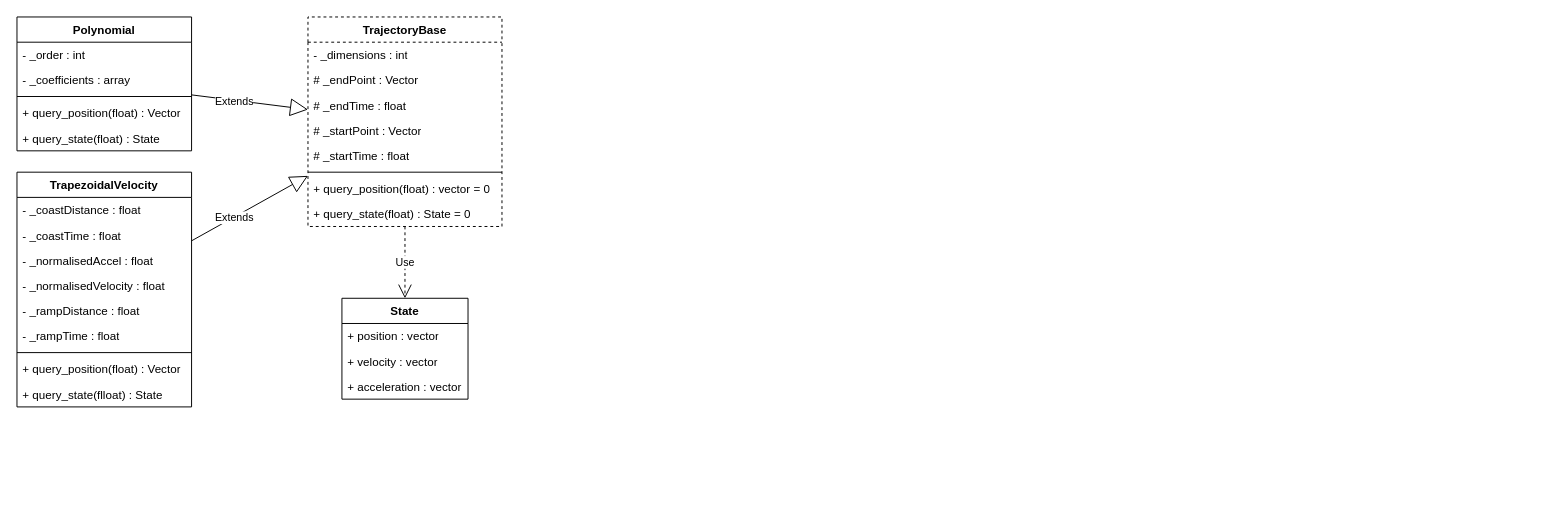
Earlier version of the draw.io diagram page "PointToPoint" (1 of 2) of Trajectory/doc/TrajectoryClassDiagrams.drawio (Woolfrey/software_robot_library). Source tidied: cells renumbered, new cells numbered last; positions are measured from the earlier drawing's top-left corner, leaving out a move shared by most shapes. Both pictures are drawn from the tidied source at 97%, with x=0, y=0 at pixel (16, 16).
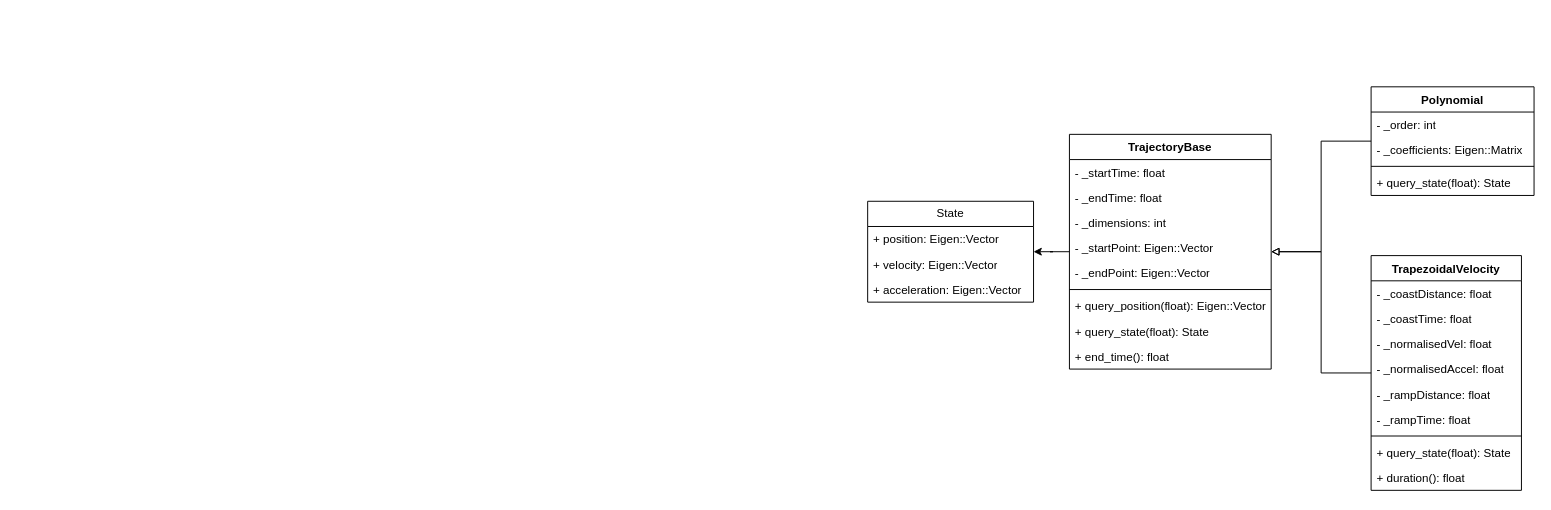
The same page after the edit.

The edit, as a diff of the source:
```diff
@@
-    <mxCell id="2" value="TrajectoryBase" style="swimlane;fontStyle=1;align=center;verticalAlign=top;horizontal=1;startSize=26;whiteSpace=wrap;html=1;dashed=1;" parent="1" vertex="1">
-      <mxGeometry x="300" width="200" height="216" as="geometry" />
+    <mxCell id="2" value="TrajectoryBase" style="swimlane;fontStyle=1;align=center;verticalAlign=top;horizontal=1;startSize=26;whiteSpace=wrap;html=1;" parent="1" vertex="1">
+      <mxGeometry x="1085" y="121" width="208" height="242" as="geometry" />
     </mxCell>
-    <mxCell id="3" value="- _dimensions : int" style="text;strokeColor=none;fillColor=none;align=left;verticalAlign=top;spacingLeft=4;spacingRight=4;overflow=hidden;whiteSpace=wrap;html=1;" parent="2" vertex="1">
-      <mxGeometry y="26" width="200" height="26" as="geometry" />
-    </mxCell>
-    <mxCell id="4" value="# _endPoint : Vector" style="text;strokeColor=none;fillColor=none;align=left;verticalAlign=top;spacingLeft=4;spacingRight=4;overflow=hidden;whiteSpace=wrap;html=1;" parent="2" vertex="1">
-      <mxGeometry y="52" width="200" height="26" as="geometry" />
-    </mxCell>
-    <mxCell id="5" value="# _endTime : float" style="text;strokeColor=none;fillColor=none;align=left;verticalAlign=top;spacingLeft=4;spacingRight=4;overflow=hidden;whiteSpace=wrap;html=1;" parent="2" vertex="1">
-      <mxGeometry y="78" width="200" height="26" as="geometry" />
-    </mxCell>
-    <mxCell id="6" value="# _startPoint : Vector" style="text;strokeColor=none;fillColor=none;align=left;verticalAlign=top;spacingLeft=4;spacingRight=4;overflow=hidden;whiteSpace=wrap;html=1;" parent="2" vertex="1">
-      <mxGeometry y="104" width="200" height="26" as="geometry" />
-    </mxCell>
-    <mxCell id="7" value="# _startTime : float" style="text;strokeColor=none;fillColor=none;align=left;verticalAlign=top;spacingLeft=4;spacingRight=4;overflow=hidden;whiteSpace=wrap;html=1;" parent="2" vertex="1">
-      <mxGeometry y="130" width="200" height="26" as="geometry" />
-    </mxCell>
-    <mxCell id="8" style="line;strokeWidth=1;fillColor=none;align=left;verticalAlign=middle;spacingTop=-1;spacingLeft=3;spacingRight=3;labelPosition=right;strokeColor=inherit;" parent="2" vertex="1">
-      <mxGeometry y="156" width="200" height="8" as="geometry" />
-    </mxCell>
-    <mxCell id="9" value="+ query_position(float) : vector = 0" style="text;strokeColor=none;fillColor=none;align=left;verticalAlign=top;spacingLeft=4;spacingRight=4;overflow=hidden;whiteSpace=wrap;html=1;" parent="2" vertex="1">
-      <mxGeometry y="164" width="200" height="26" as="geometry" />
-    </mxCell>
-    <mxCell id="10" value="+ query_state(float) : State = 0" style="text;strokeColor=none;fillColor=none;align=left;verticalAlign=top;spacingLeft=4;spacingRight=4;overflow=hidden;whiteSpace=wrap;html=1;" parent="2" vertex="1">
-      <mxGeometry y="190" width="200" height="26" as="geometry" />
-    </mxCell>
-    <mxCell id="11" value="Polynomial" style="swimlane;fontStyle=1;align=center;verticalAlign=top;horizontal=1;startSize=26;whiteSpace=wrap;html=1;" parent="1" vertex="1">
-      <mxGeometry width="180" height="138" as="geometry" />
-    </mxCell>
-    <mxCell id="12" value="- _order : int" style="text;strokeColor=none;fillColor=none;align=left;verticalAlign=top;spacingLeft=4;spacingRight=4;overflow=hidden;whiteSpace=wrap;html=1;" parent="11" vertex="1">
-      <mxGeometry y="26" width="180" height="26" as="geometry" />
-    </mxCell>
-    <mxCell id="13" value="- _coefficients : array" style="text;strokeColor=none;fillColor=none;align=left;verticalAlign=top;spacingLeft=4;spacingRight=4;overflow=hidden;whiteSpace=wrap;html=1;" parent="11" vertex="1">
-      <mxGeometry y="52" width="180" height="26" as="geometry" />
-    </mxCell>
-    <mxCell id="14" style="line;strokeWidth=1;fillColor=none;align=left;verticalAlign=middle;spacingTop=-1;spacingLeft=3;spacingRight=3;labelPosition=right;strokeColor=inherit;" parent="11" vertex="1">
-      <mxGeometry y="78" width="180" height="8" as="geometry" />
-    </mxCell>
-    <mxCell id="15" value="+ query_position(float) : Vector" style="text;strokeColor=none;fillColor=none;align=left;verticalAlign=top;spacingLeft=4;spacingRight=4;overflow=hidden;whiteSpace=wrap;html=1;" parent="11" vertex="1">
-      <mxGeometry y="86" width="180" height="26" as="geometry" />
-    </mxCell>
-    <mxCell id="16" value="+ query_state(float) : State" style="text;strokeColor=none;fillColor=none;align=left;verticalAlign=top;spacingLeft=4;spacingRight=4;overflow=hidden;whiteSpace=wrap;html=1;" parent="11" vertex="1">
-      <mxGeometry y="112" width="180" height="26" as="geometry" />
-    </mxCell>
-    <mxCell id="17" value="TrapezoidalVelocity" style="swimlane;fontStyle=1;align=center;verticalAlign=top;horizontal=1;startSize=26;whiteSpace=wrap;html=1;" parent="1" vertex="1">
-      <mxGeometry y="160" width="180" height="242" as="geometry" />
-    </mxCell>
-    <mxCell id="18" value="- _coastDistance : float" style="text;strokeColor=none;fillColor=none;align=left;verticalAlign=top;spacingLeft=4;spacingRight=4;overflow=hidden;whiteSpace=wrap;html=1;" parent="17" vertex="1">
-      <mxGeometry y="26" width="180" height="26" as="geometry" />
-    </mxCell>
-    <mxCell id="19" value="- _coastTime : float" style="text;strokeColor=none;fillColor=none;align=left;verticalAlign=top;spacingLeft=4;spacingRight=4;overflow=hidden;whiteSpace=wrap;html=1;" parent="17" vertex="1">
-      <mxGeometry y="52" width="180" height="26" as="geometry" />
-    </mxCell>
-    <mxCell id="20" value="- _normalisedAccel : float" style="text;strokeColor=none;fillColor=none;align=left;verticalAlign=top;spacingLeft=4;spacingRight=4;overflow=hidden;whiteSpace=wrap;html=1;" parent="17" vertex="1">
-      <mxGeometry y="78" width="180" height="26" as="geometry" />
-    </mxCell>
-    <mxCell id="21" value="- _normalisedVelocity : float" style="text;strokeColor=none;fillColor=none;align=left;verticalAlign=top;spacingLeft=4;spacingRight=4;overflow=hidden;whiteSpace=wrap;html=1;" parent="17" vertex="1">
-      <mxGeometry y="104" width="180" height="26" as="geometry" />
-    </mxCell>
-    <mxCell id="22" value="- _rampDistance : float" style="text;strokeColor=none;fillColor=none;align=left;verticalAlign=top;spacingLeft=4;spacingRight=4;overflow=hidden;whiteSpace=wrap;html=1;" parent="17" vertex="1">
-      <mxGeometry y="130" width="180" height="26" as="geometry" />
-    </mxCell>
-    <mxCell id="23" value="- _rampTime : float" style="text;strokeColor=none;fillColor=none;align=left;verticalAlign=top;spacingLeft=4;spacingRight=4;overflow=hidden;whiteSpace=wrap;html=1;" parent="17" vertex="1">
-      <mxGeometry y="156" width="180" height="26" as="geometry" />
-    </mxCell>
-    <mxCell id="24" style="line;strokeWidth=1;fillColor=none;align=left;verticalAlign=middle;spacingTop=-1;spacingLeft=3;spacingRight=3;labelPosition=right;strokeColor=inherit;" parent="17" vertex="1">
-      <mxGeometry y="182" width="180" height="8" as="geometry" />
-    </mxCell>
-    <mxCell id="25" value="+ query_position(float) : Vector" style="text;strokeColor=none;fillColor=none;align=left;verticalAlign=top;spacingLeft=4;spacingRight=4;overflow=hidden;whiteSpace=wrap;html=1;" parent="17" vertex="1">
-      <mxGeometry y="190" width="180" height="26" as="geometry" />
-    </mxCell>
-    <mxCell id="26" value="+ query_state(flloat) : State" style="text;strokeColor=none;fillColor=none;align=left;verticalAlign=top;spacingLeft=4;spacingRight=4;overflow=hidden;whiteSpace=wrap;html=1;" parent="17" vertex="1">
-      <mxGeometry y="216" width="180" height="26" as="geometry" />
-    </mxCell>
+    <mxCell id="34" value="- _startTime: float" style="text;strokeColor=none;fillColor=none;align=left;verticalAlign=top;spacingLeft=4;spacingRight=4;overflow=hidden;whiteSpace=wrap;html=1;" parent="2" vertex="1">
+      <mxGeometry y="26" width="208" height="26" as="geometry" />
+    </mxCell>
+    <mxCell id="35" value="- _endTime: float" style="text;strokeColor=none;fillColor=none;align=left;verticalAlign=top;spacingLeft=4;spacingRight=4;overflow=hidden;whiteSpace=wrap;html=1;" parent="2" vertex="1">
+      <mxGeometry y="52" width="208" height="26" as="geometry" />
+    </mxCell>
+    <mxCell id="36" value="- _dimensions: int" style="text;strokeColor=none;fillColor=none;align=left;verticalAlign=top;spacingLeft=4;spacingRight=4;overflow=hidden;whiteSpace=wrap;html=1;" parent="2" vertex="1">
+      <mxGeometry y="78" width="208" height="26" as="geometry" />
+    </mxCell>
+    <mxCell id="37" value="- _startPoint: Eigen::Vector" style="text;strokeColor=none;fillColor=none;align=left;verticalAlign=top;spacingLeft=4;spacingRight=4;overflow=hidden;whiteSpace=wrap;html=1;" parent="2" vertex="1">
+      <mxGeometry y="104" width="208" height="26" as="geometry" />
+    </mxCell>
+    <mxCell id="38" value="- _endPoint: Eigen::Vector" style="text;strokeColor=none;fillColor=none;align=left;verticalAlign=top;spacingLeft=4;spacingRight=4;overflow=hidden;whiteSpace=wrap;html=1;" parent="2" vertex="1">
+      <mxGeometry y="130" width="208" height="26" as="geometry" />
+    </mxCell>
+    <mxCell id="39" style="line;strokeWidth=1;fillColor=none;align=left;verticalAlign=middle;spacingTop=-1;spacingLeft=3;spacingRight=3;labelPosition=right;strokeColor=inherit;" parent="2" vertex="1">
+      <mxGeometry y="156" width="208" height="8" as="geometry" />
+    </mxCell>
+    <mxCell id="40" value="+ query_position(float): Eigen::Vector" style="text;strokeColor=none;fillColor=none;align=left;verticalAlign=top;spacingLeft=4;spacingRight=4;overflow=hidden;whiteSpace=wrap;html=1;" parent="2" vertex="1">
+      <mxGeometry y="164" width="208" height="26" as="geometry" />
+    </mxCell>
+    <mxCell id="41" value="+ query_state(float): State" style="text;strokeColor=none;fillColor=none;align=left;verticalAlign=top;spacingLeft=4;spacingRight=4;overflow=hidden;whiteSpace=wrap;html=1;" parent="2" vertex="1">
+      <mxGeometry y="190" width="208" height="26" as="geometry" />
+    </mxCell>
+    <mxCell id="42" value="+ end_time(): float" style="text;strokeColor=none;fillColor=none;align=left;verticalAlign=top;spacingLeft=4;spacingRight=4;overflow=hidden;whiteSpace=wrap;html=1;" parent="2" vertex="1">
+      <mxGeometry y="216" width="208" height="26" as="geometry" />
+    </mxCell>
-    <mxCell id="27" value="State" style="swimlane;fontStyle=1;align=center;verticalAlign=top;horizontal=1;startSize=26;whiteSpace=wrap;html=1;" parent="1" vertex="1">
-      <mxGeometry x="335" y="290" width="130" height="104" as="geometry" />
+    <mxCell id="27" value="State" style="swimlane;fontStyle=0;horizontal=1;startSize=26;fillColor=none;whiteSpace=wrap;html=1;" parent="1" vertex="1">
+      <mxGeometry x="877" y="190" width="171" height="104" as="geometry" />
     </mxCell>
-    <mxCell id="28" value="+ position : vector" style="text;strokeColor=none;fillColor=none;align=left;verticalAlign=top;spacingLeft=4;spacingRight=4;overflow=hidden;whiteSpace=wrap;html=1;" parent="27" vertex="1">
-      <mxGeometry y="26" width="130" height="26" as="geometry" />
-    </mxCell>
-    <mxCell id="29" value="+ velocity : vector" style="text;strokeColor=none;fillColor=none;align=left;verticalAlign=top;spacingLeft=4;spacingRight=4;overflow=hidden;whiteSpace=wrap;html=1;" parent="27" vertex="1">
-      <mxGeometry y="52" width="130" height="26" as="geometry" />
-    </mxCell>
-    <mxCell id="30" value="+ acceleration : vector" style="text;strokeColor=none;fillColor=none;align=left;verticalAlign=top;spacingLeft=4;spacingRight=4;overflow=hidden;whiteSpace=wrap;html=1;" parent="27" vertex="1">
-      <mxGeometry y="78" width="130" height="26" as="geometry" />
-    </mxCell>
+    <mxCell id="43" value="+ position: Eigen::Vector" style="text;strokeColor=none;fillColor=none;align=left;verticalAlign=top;spacingLeft=4;spacingRight=4;overflow=hidden;whiteSpace=wrap;html=1;" parent="27" vertex="1">
+      <mxGeometry y="26" width="171" height="26" as="geometry" />
+    </mxCell>
+    <mxCell id="44" value="+ velocity: Eigen::Vector" style="text;strokeColor=none;fillColor=none;align=left;verticalAlign=top;spacingLeft=4;spacingRight=4;overflow=hidden;whiteSpace=wrap;html=1;" parent="27" vertex="1">
+      <mxGeometry y="52" width="171" height="26" as="geometry" />
+    </mxCell>
+    <mxCell id="45" value="+ acceleration: Eigen::Vector" style="text;strokeColor=none;fillColor=none;align=left;verticalAlign=top;spacingLeft=4;spacingRight=4;overflow=hidden;whiteSpace=wrap;html=1;" parent="27" vertex="1">
+      <mxGeometry y="78" width="171" height="26" as="geometry" />
+    </mxCell>
-    <mxCell id="31" value="Use" style="endArrow=open;endSize=12;dashed=1;html=1;rounded=0;" parent="1" edge="1" source="2" target="27">
+    <mxCell id="31" style="edgeStyle=orthogonalEdgeStyle;rounded=0;jettySize=auto;html=1;" parent="1" edge="1" source="2" target="27">
       <mxGeometry relative="1" as="geometry" />
     </mxCell>
-    <mxCell id="32" value="Extends" style="endArrow=block;endSize=16;endFill=0;html=1;rounded=0;" parent="1" edge="1" source="11" target="2">
-      <mxGeometry x="-0.27" y="-1" relative="1" as="geometry" />
+    <mxCell id="32" style="edgeStyle=orthogonalEdgeStyle;rounded=0;jettySize=auto;html=1;endArrow=block;endFill=0;" parent="1" edge="1" source="11" target="2">
+      <mxGeometry relative="1" as="geometry" />
     </mxCell>
+    <mxCell id="11" value="Polynomial" style="swimlane;fontStyle=1;align=center;verticalAlign=top;horizontal=1;startSize=26;whiteSpace=wrap;html=1;" parent="1" vertex="1">
+      <mxGeometry x="1396" y="72" width="168" height="112" as="geometry" />
+    </mxCell>
+    <mxCell id="46" value="- _order: int" style="text;strokeColor=none;fillColor=none;align=left;verticalAlign=top;spacingLeft=4;spacingRight=4;overflow=hidden;whiteSpace=wrap;html=1;" parent="11" vertex="1">
+      <mxGeometry y="26" width="168" height="26" as="geometry" />
+    </mxCell>
+    <mxCell id="47" value="- _coefficients: Eigen::Matrix" style="text;strokeColor=none;fillColor=none;align=left;verticalAlign=top;spacingLeft=4;spacingRight=4;overflow=hidden;whiteSpace=wrap;html=1;" parent="11" vertex="1">
+      <mxGeometry y="52" width="168" height="26" as="geometry" />
+    </mxCell>
+    <mxCell id="48" style="line;strokeWidth=1;fillColor=none;align=left;verticalAlign=middle;spacingTop=-1;spacingLeft=3;spacingRight=3;labelPosition=right;strokeColor=inherit;" parent="11" vertex="1">
+      <mxGeometry y="78" width="168" height="8" as="geometry" />
+    </mxCell>
+    <mxCell id="49" value="+ query_state(float): State" style="text;strokeColor=none;fillColor=none;align=left;verticalAlign=top;spacingLeft=4;spacingRight=4;overflow=hidden;whiteSpace=wrap;html=1;" parent="11" vertex="1">
+      <mxGeometry y="86" width="168" height="26" as="geometry" />
+    </mxCell>
-    <mxCell id="33" value="Extends" style="endArrow=block;endSize=16;endFill=0;html=1;rounded=0;" parent="1" edge="1" source="17" target="2">
-      <mxGeometry x="-0.27" y="-1" relative="1" as="geometry" />
+    <mxCell id="33" style="edgeStyle=orthogonalEdgeStyle;rounded=0;jettySize=auto;html=1;endArrow=block;endFill=0;" parent="1" edge="1" source="17" target="2">
+      <mxGeometry relative="1" as="geometry" />
     </mxCell>
+    <mxCell id="17" value="TrapezoidalVelocity" style="swimlane;fontStyle=1;align=center;verticalAlign=top;horizontal=1;startSize=26;whiteSpace=wrap;html=1;" parent="1" vertex="1">
+      <mxGeometry x="1396" y="246" width="155" height="242" as="geometry" />
+    </mxCell>
+    <mxCell id="50" value="- _coastDistance: float" style="text;strokeColor=none;fillColor=none;align=left;verticalAlign=top;spacingLeft=4;spacingRight=4;overflow=hidden;whiteSpace=wrap;html=1;" parent="17" vertex="1">
+      <mxGeometry y="26" width="155" height="26" as="geometry" />
+    </mxCell>
+    <mxCell id="51" value="- _coastTime: float" style="text;strokeColor=none;fillColor=none;align=left;verticalAlign=top;spacingLeft=4;spacingRight=4;overflow=hidden;whiteSpace=wrap;html=1;" parent="17" vertex="1">
+      <mxGeometry y="52" width="155" height="26" as="geometry" />
+    </mxCell>
+    <mxCell id="52" value="- _normalisedVel: float" style="text;strokeColor=none;fillColor=none;align=left;verticalAlign=top;spacingLeft=4;spacingRight=4;overflow=hidden;whiteSpace=wrap;html=1;" parent="17" vertex="1">
+      <mxGeometry y="78" width="155" height="26" as="geometry" />
+    </mxCell>
+    <mxCell id="53" value="- _normalisedAccel: float" style="text;strokeColor=none;fillColor=none;align=left;verticalAlign=top;spacingLeft=4;spacingRight=4;overflow=hidden;whiteSpace=wrap;html=1;" parent="17" vertex="1">
+      <mxGeometry y="104" width="155" height="26" as="geometry" />
+    </mxCell>
+    <mxCell id="54" value="- _rampDistance: float" style="text;strokeColor=none;fillColor=none;align=left;verticalAlign=top;spacingLeft=4;spacingRight=4;overflow=hidden;whiteSpace=wrap;html=1;" parent="17" vertex="1">
+      <mxGeometry y="130" width="155" height="26" as="geometry" />
+    </mxCell>
+    <mxCell id="55" value="- _rampTime: float" style="text;strokeColor=none;fillColor=none;align=left;verticalAlign=top;spacingLeft=4;spacingRight=4;overflow=hidden;whiteSpace=wrap;html=1;" parent="17" vertex="1">
+      <mxGeometry y="156" width="155" height="26" as="geometry" />
+    </mxCell>
+    <mxCell id="56" style="line;strokeWidth=1;fillColor=none;align=left;verticalAlign=middle;spacingTop=-1;spacingLeft=3;spacingRight=3;labelPosition=right;strokeColor=inherit;" parent="17" vertex="1">
+      <mxGeometry y="182" width="155" height="8" as="geometry" />
+    </mxCell>
+    <mxCell id="57" value="+ query_state(float): State" style="text;strokeColor=none;fillColor=none;align=left;verticalAlign=top;spacingLeft=4;spacingRight=4;overflow=hidden;whiteSpace=wrap;html=1;" parent="17" vertex="1">
+      <mxGeometry y="190" width="155" height="26" as="geometry" />
+    </mxCell>
+    <mxCell id="58" value="+ duration(): float" style="text;strokeColor=none;fillColor=none;align=left;verticalAlign=top;spacingLeft=4;spacingRight=4;overflow=hidden;whiteSpace=wrap;html=1;" parent="17" vertex="1">
+      <mxGeometry y="216" width="155" height="26" as="geometry" />
+    </mxCell>
```
